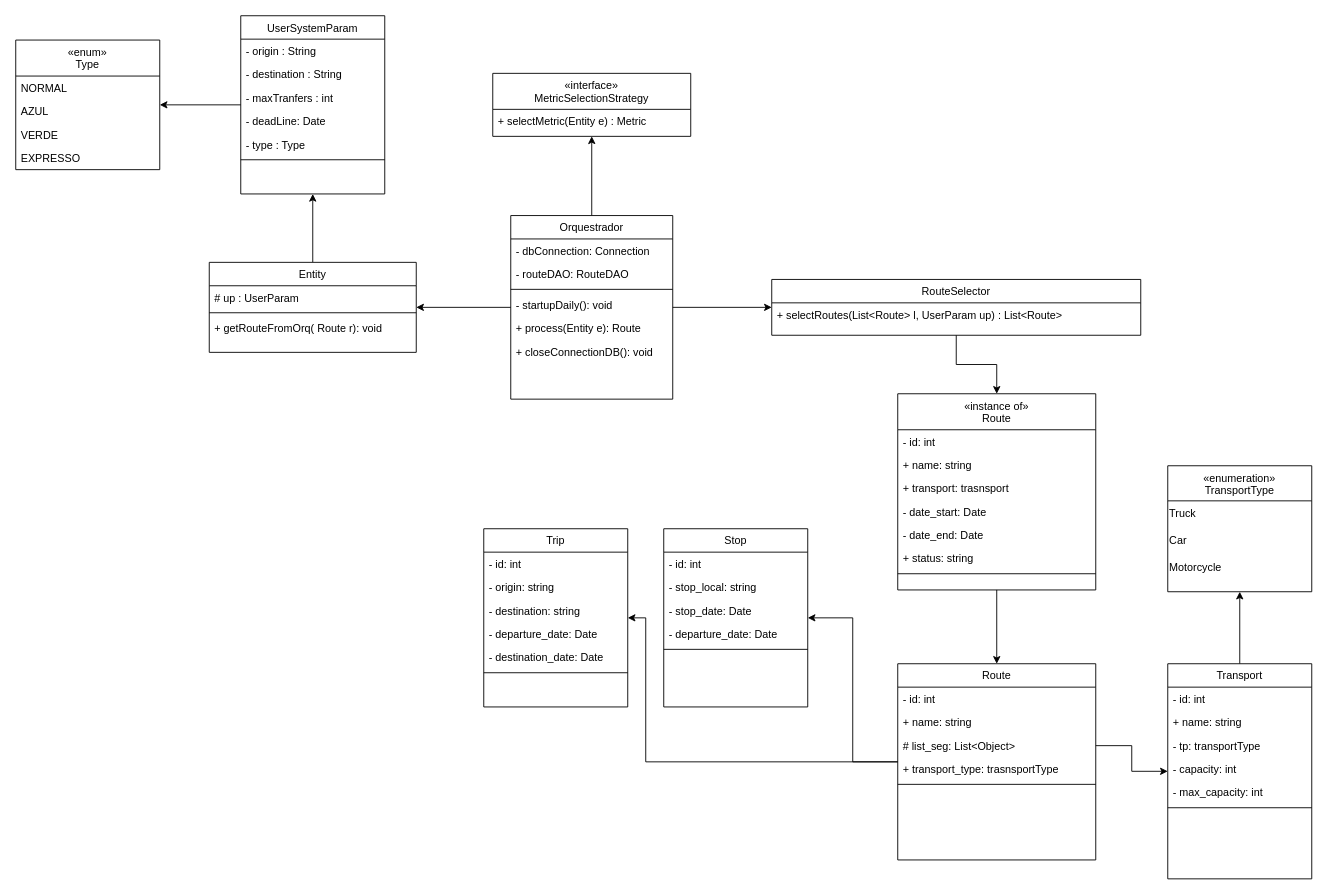
The draw.io diagram page "Orquestrador Global" (1 of 9) of diagram/thesis.drawio in Napolas-me/Thesis_CTT, before the edit. Source tidied: cells renumbered, new cells numbered last; positions are measured from the earlier drawing's top-left corner, leaving out a move shared by most shapes. Both pictures are drawn from the tidied source at 90%, with x=0, y=0 at pixel (15, 15).
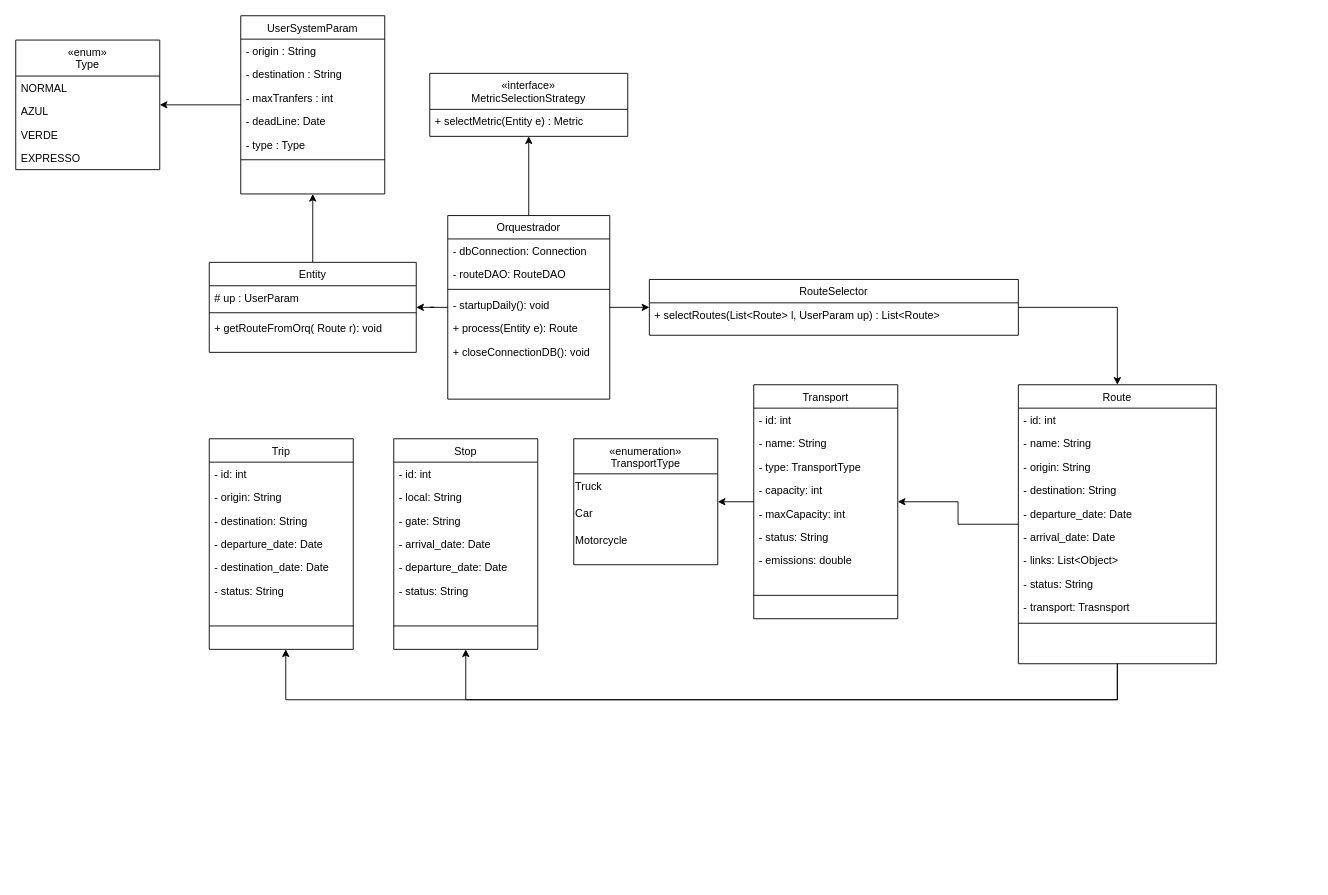
Above is the later version.

What changed in the source:
```diff
@@
-    <mxCell id="2" style="edgeStyle=orthogonalEdgeStyle;rounded=0;jettySize=auto;html=1;" parent="1" edge="1" source="4" target="27">
-      <mxGeometry relative="1" as="geometry" />
-    </mxCell>
-    <mxCell id="3" style="edgeStyle=orthogonalEdgeStyle;rounded=0;jettySize=auto;html=1;" parent="1" edge="1" source="4" target="10">
-      <mxGeometry relative="1" as="geometry">
-        <Array as="points">
-          <mxPoint x="700" y="829" />
-          <mxPoint x="700" y="669" />
-        </Array>
-      </mxGeometry>
-    </mxCell>
-    <mxCell id="4" value="Route" style="swimlane;fontStyle=0;align=center;verticalAlign=top;horizontal=1;startSize=26;rounded=0;shadow=0;strokeWidth=1;" parent="1" vertex="1">
-      <mxGeometry x="980" y="720" width="220" height="218" as="geometry" />
-    </mxCell>
-    <mxCell id="5" value="- id: int" style="text;align=left;verticalAlign=top;spacingLeft=4;spacingRight=4;overflow=hidden;" parent="4" vertex="1">
-      <mxGeometry y="26" width="220" height="26" as="geometry" />
-    </mxCell>
-    <mxCell id="6" value="+ name: string" style="text;align=left;verticalAlign=top;spacingLeft=4;spacingRight=4;overflow=hidden;rounded=0;shadow=0;html=0;" parent="4" vertex="1">
-      <mxGeometry y="52" width="220" height="26" as="geometry" />
-    </mxCell>
-    <mxCell id="7" value="# list_seg: List&lt;Object&gt;" style="text;align=left;verticalAlign=top;spacingLeft=4;spacingRight=4;overflow=hidden;points=[[0,0.5],[1,0.5]];portConstraint=eastwest;rounded=0;shadow=0;html=0;" parent="4" vertex="1">
-      <mxGeometry y="78" width="220" height="26" as="geometry" />
-    </mxCell>
-    <mxCell id="8" value="+ transport_type: trasnsportType" style="text;align=left;verticalAlign=top;spacingLeft=4;spacingRight=4;overflow=hidden;" parent="4" vertex="1">
-      <mxGeometry y="104" width="220" height="26" as="geometry" />
-    </mxCell>
-    <mxCell id="9" style="line;html=1;strokeWidth=1;align=left;verticalAlign=middle;spacingTop=-1;spacingLeft=3;spacingRight=3;labelPosition=right;" parent="4" vertex="1">
-      <mxGeometry y="130" width="220" height="8" as="geometry" />
-    </mxCell>
-    <mxCell id="10" value="Trip" style="swimlane;fontStyle=0;align=center;verticalAlign=top;horizontal=1;startSize=26;rounded=0;shadow=0;strokeWidth=1;" parent="1" vertex="1">
-      <mxGeometry x="520" y="570" width="160" height="198" as="geometry" />
-    </mxCell>
-    <mxCell id="11" value="- id: int" style="text;align=left;verticalAlign=top;spacingLeft=4;spacingRight=4;overflow=hidden;rounded=0;shadow=0;html=0;" parent="10" vertex="1">
-      <mxGeometry y="26" width="160" height="26" as="geometry" />
-    </mxCell>
-    <mxCell id="12" value="- origin: string" style="text;align=left;verticalAlign=top;spacingLeft=4;spacingRight=4;overflow=hidden;rounded=0;shadow=0;html=0;" parent="10" vertex="1">
-      <mxGeometry y="52" width="160" height="26" as="geometry" />
-    </mxCell>
-    <mxCell id="13" value="- destination: string" style="text;align=left;verticalAlign=top;spacingLeft=4;spacingRight=4;overflow=hidden;rounded=0;shadow=0;html=0;" parent="10" vertex="1">
-      <mxGeometry y="78" width="160" height="26" as="geometry" />
-    </mxCell>
-    <mxCell id="14" value="- departure_date: Date" style="text;align=left;verticalAlign=top;spacingLeft=4;spacingRight=4;overflow=hidden;rounded=0;shadow=0;html=0;" parent="10" vertex="1">
-      <mxGeometry y="104" width="160" height="26" as="geometry" />
-    </mxCell>
-    <mxCell id="15" value="- destination_date: Date" style="text;align=left;verticalAlign=top;spacingLeft=4;spacingRight=4;overflow=hidden;rounded=0;shadow=0;html=0;" parent="10" vertex="1">
-      <mxGeometry y="130" width="160" height="26" as="geometry" />
-    </mxCell>
-    <mxCell id="16" style="line;html=1;strokeWidth=1;align=left;verticalAlign=middle;spacingTop=-1;spacingLeft=3;spacingRight=3;labelPosition=right;" parent="10" vertex="1">
-      <mxGeometry y="156" width="160" height="8" as="geometry" />
-    </mxCell>
@@
     <mxCell id="20" value="Orquestrador" style="swimlane;fontStyle=0;align=center;verticalAlign=top;horizontal=1;startSize=26;rounded=0;shadow=0;strokeWidth=1;" parent="1" vertex="1">
-      <mxGeometry x="550" y="222" width="180" height="204" as="geometry" />
+      <mxGeometry x="480" y="222" width="180" height="204" as="geometry" />
     </mxCell>
@@
-    <mxCell id="27" value="Stop" style="swimlane;fontStyle=0;align=center;verticalAlign=top;horizontal=1;startSize=26;rounded=0;shadow=0;strokeWidth=1;" parent="1" vertex="1">
-      <mxGeometry x="720" y="570" width="160" height="198" as="geometry" />
-    </mxCell>
-    <mxCell id="28" value="- id: int" style="text;align=left;verticalAlign=top;spacingLeft=4;spacingRight=4;overflow=hidden;rounded=0;shadow=0;html=0;" parent="27" vertex="1">
-      <mxGeometry y="26" width="160" height="26" as="geometry" />
-    </mxCell>
-    <mxCell id="29" value="- stop_local: string" style="text;align=left;verticalAlign=top;spacingLeft=4;spacingRight=4;overflow=hidden;" parent="27" vertex="1">
-      <mxGeometry y="52" width="160" height="26" as="geometry" />
-    </mxCell>
-    <mxCell id="30" value="- stop_date: Date" style="text;align=left;verticalAlign=top;spacingLeft=4;spacingRight=4;overflow=hidden;" parent="27" vertex="1">
-      <mxGeometry y="78" width="160" height="26" as="geometry" />
-    </mxCell>
-    <mxCell id="31" value="- departure_date: Date" style="text;align=left;verticalAlign=top;spacingLeft=4;spacingRight=4;overflow=hidden;" parent="27" vertex="1">
-      <mxGeometry y="104" width="160" height="26" as="geometry" />
-    </mxCell>
-    <mxCell id="32" style="line;html=1;strokeWidth=1;align=left;verticalAlign=middle;spacingTop=-1;spacingLeft=3;spacingRight=3;labelPosition=right;" parent="27" vertex="1">
-      <mxGeometry y="130" width="160" height="8" as="geometry" />
-    </mxCell>
-    <mxCell id="33" style="edgeStyle=orthogonalEdgeStyle;rounded=0;jettySize=auto;html=1;" parent="1" edge="1" source="34" target="74">
-      <mxGeometry relative="1" as="geometry" />
-    </mxCell>
-    <mxCell id="34" value="Transport" style="swimlane;fontStyle=0;align=center;verticalAlign=top;horizontal=1;startSize=26;rounded=0;shadow=0;strokeWidth=1;" parent="1" vertex="1">
-      <mxGeometry x="1280" y="720" width="160" height="239" as="geometry" />
-    </mxCell>
-    <mxCell id="35" value="- id: int" style="text;align=left;verticalAlign=top;spacingLeft=4;spacingRight=4;overflow=hidden;" parent="34" vertex="1">
-      <mxGeometry y="26" width="160" height="26" as="geometry" />
-    </mxCell>
-    <mxCell id="36" value="+ name: string" style="text;align=left;verticalAlign=top;spacingLeft=4;spacingRight=4;overflow=hidden;" parent="34" vertex="1">
-      <mxGeometry y="52" width="160" height="26" as="geometry" />
-    </mxCell>
-    <mxCell id="37" value="- tp: transportType" style="text;align=left;verticalAlign=top;spacingLeft=4;spacingRight=4;overflow=hidden;" parent="34" vertex="1">
-      <mxGeometry y="78" width="160" height="26" as="geometry" />
-    </mxCell>
-    <mxCell id="38" value="- capacity: int" style="text;align=left;verticalAlign=top;spacingLeft=4;spacingRight=4;overflow=hidden;" parent="34" vertex="1">
-      <mxGeometry y="104" width="160" height="26" as="geometry" />
-    </mxCell>
-    <mxCell id="39" value="- max_capacity: int" style="text;align=left;verticalAlign=top;spacingLeft=4;spacingRight=4;overflow=hidden;" parent="34" vertex="1">
-      <mxGeometry y="130" width="160" height="26" as="geometry" />
-    </mxCell>
-    <mxCell id="40" style="line;html=1;strokeWidth=1;align=left;verticalAlign=middle;spacingTop=-1;spacingLeft=3;spacingRight=3;labelPosition=right;" parent="34" vertex="1">
-      <mxGeometry y="156" width="160" height="8" as="geometry" />
-    </mxCell>
-    <mxCell id="41" style="edgeStyle=orthogonalEdgeStyle;rounded=0;jettySize=auto;html=1;" parent="1" edge="1" source="42" target="45">
-      <mxGeometry relative="1" as="geometry" />
-    </mxCell>
+    <mxCell id="78" style="edgeStyle=orthogonalEdgeStyle;rounded=0;jettySize=auto;html=1;" parent="1" edge="1" source="42" target="4">
+      <mxGeometry relative="1" as="geometry">
+        <Array as="points">
+          <mxPoint x="1224" y="324" />
+        </Array>
+      </mxGeometry>
+    </mxCell>
     <mxCell id="42" value="RouteSelector" style="swimlane;fontStyle=0;align=center;verticalAlign=top;horizontal=1;startSize=26;rounded=0;shadow=0;strokeWidth=1;" parent="1" vertex="1">
-      <mxGeometry x="840" y="293" width="410" height="62" as="geometry" />
+      <mxGeometry x="704" y="293" width="410" height="62" as="geometry" />
     </mxCell>
@@
-    <mxCell id="44" style="edgeStyle=orthogonalEdgeStyle;rounded=0;jettySize=auto;html=1;" parent="1" edge="1" source="45" target="4">
-      <mxGeometry relative="1" as="geometry" />
-    </mxCell>
-    <mxCell id="45" value="«instance of»&#10;Route" style="swimlane;fontStyle=0;align=center;verticalAlign=top;horizontal=1;startSize=40;rounded=0;shadow=0;strokeWidth=1;" parent="1" vertex="1">
-      <mxGeometry x="980" y="420" width="220" height="218" as="geometry" />
-    </mxCell>
-    <mxCell id="46" value="- id: int" style="text;align=left;verticalAlign=top;spacingLeft=4;spacingRight=4;overflow=hidden;" parent="45" vertex="1">
-      <mxGeometry y="40" width="220" height="26" as="geometry" />
-    </mxCell>
-    <mxCell id="47" value="+ name: string" style="text;align=left;verticalAlign=top;spacingLeft=4;spacingRight=4;overflow=hidden;rounded=0;shadow=0;html=0;" parent="45" vertex="1">
-      <mxGeometry y="66" width="220" height="26" as="geometry" />
-    </mxCell>
-    <mxCell id="48" value="+ transport: trasnsport" style="text;align=left;verticalAlign=top;spacingLeft=4;spacingRight=4;overflow=hidden;" parent="45" vertex="1">
-      <mxGeometry y="92" width="220" height="26" as="geometry" />
-    </mxCell>
-    <mxCell id="49" value="- date_start: Date" style="text;align=left;verticalAlign=top;spacingLeft=4;spacingRight=4;overflow=hidden;" parent="45" vertex="1">
-      <mxGeometry y="118" width="220" height="26" as="geometry" />
-    </mxCell>
-    <mxCell id="50" value="- date_end: Date" style="text;align=left;verticalAlign=top;spacingLeft=4;spacingRight=4;overflow=hidden;" parent="45" vertex="1">
-      <mxGeometry y="144" width="220" height="26" as="geometry" />
-    </mxCell>
-    <mxCell id="51" value="+ status: string" style="text;align=left;verticalAlign=top;spacingLeft=4;spacingRight=4;overflow=hidden;" parent="45" vertex="1">
-      <mxGeometry y="170" width="220" height="26" as="geometry" />
-    </mxCell>
-    <mxCell id="52" style="line;html=1;strokeWidth=1;align=left;verticalAlign=middle;spacingTop=-1;spacingLeft=3;spacingRight=3;labelPosition=right;" parent="45" vertex="1">
-      <mxGeometry y="196" width="220" height="8" as="geometry" />
-    </mxCell>
     <mxCell id="53" value="«interface»&#10;MetricSelectionStrategy" style="swimlane;fontStyle=0;align=center;verticalAlign=top;horizontal=1;startSize=40;rounded=0;shadow=0;strokeWidth=1;" parent="1" vertex="1">
-      <mxGeometry x="530" y="64" width="220" height="70" as="geometry" />
+      <mxGeometry x="460" y="64" width="220" height="70" as="geometry" />
     </mxCell>
@@
-    <mxCell id="73" style="edgeStyle=orthogonalEdgeStyle;rounded=0;jettySize=auto;html=1;" parent="1" edge="1" source="7" target="34">
-      <mxGeometry relative="1" as="geometry" />
-    </mxCell>
     <mxCell id="74" value="«enumeration»&#10;TransportType" style="swimlane;fontStyle=0;align=center;verticalAlign=top;horizontal=1;startSize=39;rounded=0;shadow=0;strokeWidth=1;" parent="1" vertex="1">
-      <mxGeometry x="1280" y="500" width="160" height="140" as="geometry" />
+      <mxGeometry x="620" y="470" width="160" height="140" as="geometry" />
     </mxCell>
@@
+    <mxCell id="3" style="edgeStyle=orthogonalEdgeStyle;rounded=0;jettySize=auto;html=1;" parent="1" edge="1" source="4" target="10">
+      <mxGeometry relative="1" as="geometry">
+        <Array as="points">
+          <mxPoint x="300" y="760" />
+        </Array>
+      </mxGeometry>
+    </mxCell>
+    <mxCell id="79" style="edgeStyle=orthogonalEdgeStyle;rounded=0;jettySize=auto;html=1;" parent="1" edge="1" source="4" target="34">
+      <mxGeometry relative="1" as="geometry" />
+    </mxCell>
+    <mxCell id="4" value="Route" style="swimlane;fontStyle=0;align=center;verticalAlign=top;horizontal=1;startSize=26;rounded=0;shadow=0;strokeWidth=1;" parent="1" vertex="1">
+      <mxGeometry x="1114" y="410" width="220" height="310" as="geometry" />
+    </mxCell>
+    <mxCell id="5" value="- id: int" style="text;align=left;verticalAlign=top;spacingLeft=4;spacingRight=4;overflow=hidden;" parent="4" vertex="1">
+      <mxGeometry y="26" width="220" height="26" as="geometry" />
+    </mxCell>
+    <mxCell id="80" value="- name: String" style="text;align=left;verticalAlign=top;spacingLeft=4;spacingRight=4;overflow=hidden;rounded=0;shadow=0;html=0;" parent="4" vertex="1">
+      <mxGeometry y="52" width="220" height="26" as="geometry" />
+    </mxCell>
+    <mxCell id="81" value="- origin: String" style="text;align=left;verticalAlign=top;spacingLeft=4;spacingRight=4;overflow=hidden;rounded=0;shadow=0;html=0;" parent="4" vertex="1">
+      <mxGeometry y="78" width="220" height="26" as="geometry" />
+    </mxCell>
+    <mxCell id="82" value="- destination: String" style="text;align=left;verticalAlign=top;spacingLeft=4;spacingRight=4;overflow=hidden;rounded=0;shadow=0;html=0;" parent="4" vertex="1">
+      <mxGeometry y="104" width="220" height="26" as="geometry" />
+    </mxCell>
+    <mxCell id="83" value="- departure_date: Date" style="text;align=left;verticalAlign=top;spacingLeft=4;spacingRight=4;overflow=hidden;" parent="4" vertex="1">
+      <mxGeometry y="130" width="220" height="26" as="geometry" />
+    </mxCell>
+    <mxCell id="84" value="- arrival_date: Date" style="text;align=left;verticalAlign=top;spacingLeft=4;spacingRight=4;overflow=hidden;" parent="4" vertex="1">
+      <mxGeometry y="156" width="220" height="26" as="geometry" />
+    </mxCell>
+    <mxCell id="85" value="- links: List&lt;Object&gt;" style="text;align=left;verticalAlign=top;spacingLeft=4;spacingRight=4;overflow=hidden;rounded=0;shadow=0;html=0;" parent="4" vertex="1">
+      <mxGeometry y="182" width="220" height="26" as="geometry" />
+    </mxCell>
+    <mxCell id="86" value="- status: String" style="text;align=left;verticalAlign=top;spacingLeft=4;spacingRight=4;overflow=hidden;" parent="4" vertex="1">
+      <mxGeometry y="208" width="220" height="26" as="geometry" />
+    </mxCell>
+    <mxCell id="87" value="- transport: Trasnsport" style="text;align=left;verticalAlign=top;spacingLeft=4;spacingRight=4;overflow=hidden;" parent="4" vertex="1">
+      <mxGeometry y="234" width="220" height="26" as="geometry" />
+    </mxCell>
+    <mxCell id="88" style="line;html=1;strokeWidth=1;align=left;verticalAlign=middle;spacingTop=-1;spacingLeft=3;spacingRight=3;labelPosition=right;" parent="4" vertex="1">
+      <mxGeometry y="260" width="220" height="10" as="geometry" />
+    </mxCell>
+    <mxCell id="10" value="Trip" style="swimlane;fontStyle=0;align=center;verticalAlign=top;horizontal=1;startSize=26;rounded=0;shadow=0;strokeWidth=1;" parent="1" vertex="1">
+      <mxGeometry x="215" y="470" width="160" height="234" as="geometry" />
+    </mxCell>
+    <mxCell id="89" value="- id: int" style="text;align=left;verticalAlign=top;spacingLeft=4;spacingRight=4;overflow=hidden;rounded=0;shadow=0;html=0;" parent="10" vertex="1">
+      <mxGeometry y="26" width="160" height="26" as="geometry" />
+    </mxCell>
+    <mxCell id="90" value="- origin: String" style="text;align=left;verticalAlign=top;spacingLeft=4;spacingRight=4;overflow=hidden;rounded=0;shadow=0;html=0;" parent="10" vertex="1">
+      <mxGeometry y="52" width="160" height="26" as="geometry" />
+    </mxCell>
+    <mxCell id="91" value="- destination: String" style="text;align=left;verticalAlign=top;spacingLeft=4;spacingRight=4;overflow=hidden;rounded=0;shadow=0;html=0;" parent="10" vertex="1">
+      <mxGeometry y="78" width="160" height="26" as="geometry" />
+    </mxCell>
+    <mxCell id="14" value="- departure_date: Date" style="text;align=left;verticalAlign=top;spacingLeft=4;spacingRight=4;overflow=hidden;rounded=0;shadow=0;html=0;" parent="10" vertex="1">
+      <mxGeometry y="104" width="160" height="26" as="geometry" />
+    </mxCell>
+    <mxCell id="15" value="- destination_date: Date" style="text;align=left;verticalAlign=top;spacingLeft=4;spacingRight=4;overflow=hidden;rounded=0;shadow=0;html=0;" parent="10" vertex="1">
+      <mxGeometry y="130" width="160" height="26" as="geometry" />
+    </mxCell>
+    <mxCell id="92" value="- status: String" style="text;align=left;verticalAlign=top;spacingLeft=4;spacingRight=4;overflow=hidden;" parent="10" vertex="1">
+      <mxGeometry y="156" width="160" height="26" as="geometry" />
+    </mxCell>
+    <mxCell id="93" style="line;html=1;strokeWidth=1;align=left;verticalAlign=middle;spacingTop=-1;spacingLeft=3;spacingRight=3;labelPosition=right;" parent="10" vertex="1">
+      <mxGeometry y="182" width="160" height="52" as="geometry" />
+    </mxCell>
+    <mxCell id="27" value="Stop" style="swimlane;fontStyle=0;align=center;verticalAlign=top;horizontal=1;startSize=26;rounded=0;shadow=0;strokeWidth=1;" parent="1" vertex="1">
+      <mxGeometry x="420" y="470" width="160" height="234" as="geometry" />
+    </mxCell>
+    <mxCell id="94" value="- id: int" style="text;align=left;verticalAlign=top;spacingLeft=4;spacingRight=4;overflow=hidden;rounded=0;shadow=0;html=0;" parent="27" vertex="1">
+      <mxGeometry y="26" width="160" height="26" as="geometry" />
+    </mxCell>
+    <mxCell id="95" value="- local: String" style="text;align=left;verticalAlign=top;spacingLeft=4;spacingRight=4;overflow=hidden;" parent="27" vertex="1">
+      <mxGeometry y="52" width="160" height="26" as="geometry" />
+    </mxCell>
+    <mxCell id="96" value="- gate: String" style="text;align=left;verticalAlign=top;spacingLeft=4;spacingRight=4;overflow=hidden;" parent="27" vertex="1">
+      <mxGeometry y="78" width="160" height="26" as="geometry" />
+    </mxCell>
+    <mxCell id="97" value="- arrival_date: Date" style="text;align=left;verticalAlign=top;spacingLeft=4;spacingRight=4;overflow=hidden;" parent="27" vertex="1">
+      <mxGeometry y="104" width="160" height="26" as="geometry" />
+    </mxCell>
+    <mxCell id="98" value="- departure_date: Date" style="text;align=left;verticalAlign=top;spacingLeft=4;spacingRight=4;overflow=hidden;" parent="27" vertex="1">
+      <mxGeometry y="130" width="160" height="26" as="geometry" />
+    </mxCell>
+    <mxCell id="99" value="- status: String" style="text;align=left;verticalAlign=top;spacingLeft=4;spacingRight=4;overflow=hidden;" parent="27" vertex="1">
+      <mxGeometry y="156" width="160" height="26" as="geometry" />
+    </mxCell>
+    <mxCell id="100" style="line;html=1;strokeWidth=1;align=left;verticalAlign=middle;spacingTop=-1;spacingLeft=3;spacingRight=3;labelPosition=right;" parent="27" vertex="1">
+      <mxGeometry y="182" width="160" height="52" as="geometry" />
+    </mxCell>
+    <mxCell id="33" style="edgeStyle=orthogonalEdgeStyle;rounded=0;jettySize=auto;html=1;" parent="1" edge="1" source="34" target="74">
+      <mxGeometry relative="1" as="geometry" />
+    </mxCell>
+    <mxCell id="34" value="Transport" style="swimlane;fontStyle=0;align=center;verticalAlign=top;horizontal=1;startSize=26;rounded=0;shadow=0;strokeWidth=1;" parent="1" vertex="1">
+      <mxGeometry x="820" y="410" width="160" height="260" as="geometry" />
+    </mxCell>
+    <mxCell id="35" value="- id: int" style="text;align=left;verticalAlign=top;spacingLeft=4;spacingRight=4;overflow=hidden;" parent="34" vertex="1">
+      <mxGeometry y="26" width="160" height="26" as="geometry" />
+    </mxCell>
+    <mxCell id="101" value="- name: String" style="text;align=left;verticalAlign=top;spacingLeft=4;spacingRight=4;overflow=hidden;" parent="34" vertex="1">
+      <mxGeometry y="52" width="160" height="26" as="geometry" />
+    </mxCell>
+    <mxCell id="102" value="- type: TransportType" style="text;align=left;verticalAlign=top;spacingLeft=4;spacingRight=4;overflow=hidden;" parent="34" vertex="1">
+      <mxGeometry y="78" width="160" height="26" as="geometry" />
+    </mxCell>
+    <mxCell id="38" value="- capacity: int" style="text;align=left;verticalAlign=top;spacingLeft=4;spacingRight=4;overflow=hidden;" parent="34" vertex="1">
+      <mxGeometry y="104" width="160" height="26" as="geometry" />
+    </mxCell>
+    <mxCell id="103" value="- maxCapacity: int" style="text;align=left;verticalAlign=top;spacingLeft=4;spacingRight=4;overflow=hidden;" parent="34" vertex="1">
+      <mxGeometry y="130" width="160" height="26" as="geometry" />
+    </mxCell>
+    <mxCell id="104" value="- status: String" style="text;align=left;verticalAlign=top;spacingLeft=4;spacingRight=4;overflow=hidden;" parent="34" vertex="1">
+      <mxGeometry y="156" width="160" height="26" as="geometry" />
+    </mxCell>
+    <mxCell id="105" value="- emissions: double" style="text;align=left;verticalAlign=top;spacingLeft=4;spacingRight=4;overflow=hidden;" parent="34" vertex="1">
+      <mxGeometry y="182" width="160" height="26" as="geometry" />
+    </mxCell>
+    <mxCell id="106" style="line;html=1;strokeWidth=1;align=left;verticalAlign=middle;spacingTop=-1;spacingLeft=3;spacingRight=3;labelPosition=right;" parent="34" vertex="1">
+      <mxGeometry y="208" width="160" height="52" as="geometry" />
+    </mxCell>
+    <mxCell id="2" style="edgeStyle=orthogonalEdgeStyle;rounded=0;jettySize=auto;html=1;entryX=0.5;entryY=1;entryDx=0;entryDy=0;" parent="1" edge="1" source="4" target="27">
+      <mxGeometry relative="1" as="geometry">
+        <Array as="points">
+          <mxPoint x="1224" y="760" />
+          <mxPoint x="500" y="760" />
+        </Array>
+      </mxGeometry>
+    </mxCell>
```
